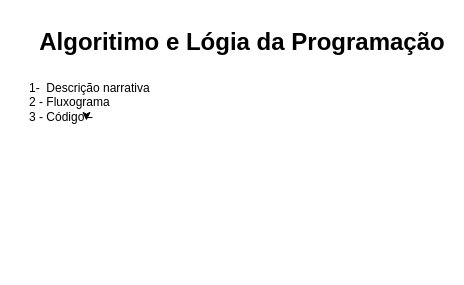
Earlier version of the draw.io diagram aula_01/diagrama_aula_01.drawio (ligialopes88/estudos-python). Source tidied: cells renumbered, new cells numbered last; positions are measured from the earlier drawing's top-left corner, leaving out a move shared by most shapes. Both pictures are drawn from the tidied source at 100%, with x=0, y=0 at pixel (27, 17).
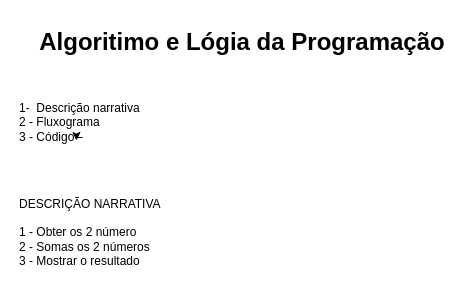
After the change.

What changed in the source:
```diff
@@
 <mxGraphModel>
   <root>
     <mxCell id="0" />
     <mxCell id="1" parent="0" />
     <mxCell id="2" value="&lt;b&gt;&lt;font style=&quot;font-size: 24px;&quot;&gt;Algoritimo e Lógia da Programação&lt;/font&gt;&lt;/b&gt;" style="text;html=1;whiteSpace=wrap;strokeColor=none;fillColor=none;align=center;verticalAlign=middle;rounded=0;" parent="1" vertex="1">
       <mxGeometry x="10" width="410" height="50" as="geometry" />
     </mxCell>
     <mxCell id="3" value="&lt;div style=&quot;&quot;&gt;&lt;span style=&quot;background-color: transparent; color: light-dark(rgb(0, 0, 0), rgb(255, 255, 255));&quot;&gt;1-&amp;nbsp; Descrição narrativa&lt;/span&gt;&lt;/div&gt;&lt;div&gt;2 - Fluxograma&lt;/div&gt;&lt;div&gt;3 - Código&lt;/div&gt;" style="text;html=1;whiteSpace=wrap;strokeColor=none;fillColor=none;align=left;verticalAlign=middle;rounded=0;" parent="1" vertex="1">
-      <mxGeometry y="70" width="130" height="30" as="geometry" />
+      <mxGeometry x="-10" y="90" width="130" height="30" as="geometry" />
     </mxCell>
     <mxCell id="4" style="edgeStyle=orthogonalEdgeStyle;rounded=0;orthogonalLoop=1;jettySize=auto;html=1;exitX=0.5;exitY=1;exitDx=0;exitDy=0;entryX=0.454;entryY=1.1;entryDx=0;entryDy=0;entryPerimeter=0;" parent="1" edge="1" source="3" target="3">
       <mxGeometry relative="1" as="geometry" />
     </mxCell>
+    <mxCell id="5" value="&lt;div style=&quot;&quot;&gt;DESCRIÇÃO NARRATIVA&lt;/div&gt;&lt;div style=&quot;&quot;&gt;&lt;br&gt;&lt;/div&gt;&lt;div style=&quot;&quot;&gt;1 - Obter os 2 número&lt;/div&gt;&lt;div style=&quot;&quot;&gt;2 - Somas os 2 números&lt;/div&gt;&lt;div style=&quot;&quot;&gt;3 - Mostrar o resultado&lt;/div&gt;" style="text;html=1;whiteSpace=wrap;strokeColor=none;fillColor=none;align=left;verticalAlign=middle;rounded=0;" parent="1" vertex="1">
+      <mxGeometry x="-10" y="200" width="150" height="30" as="geometry" />
+    </mxCell>
   </root>
 </mxGraphModel>
```
